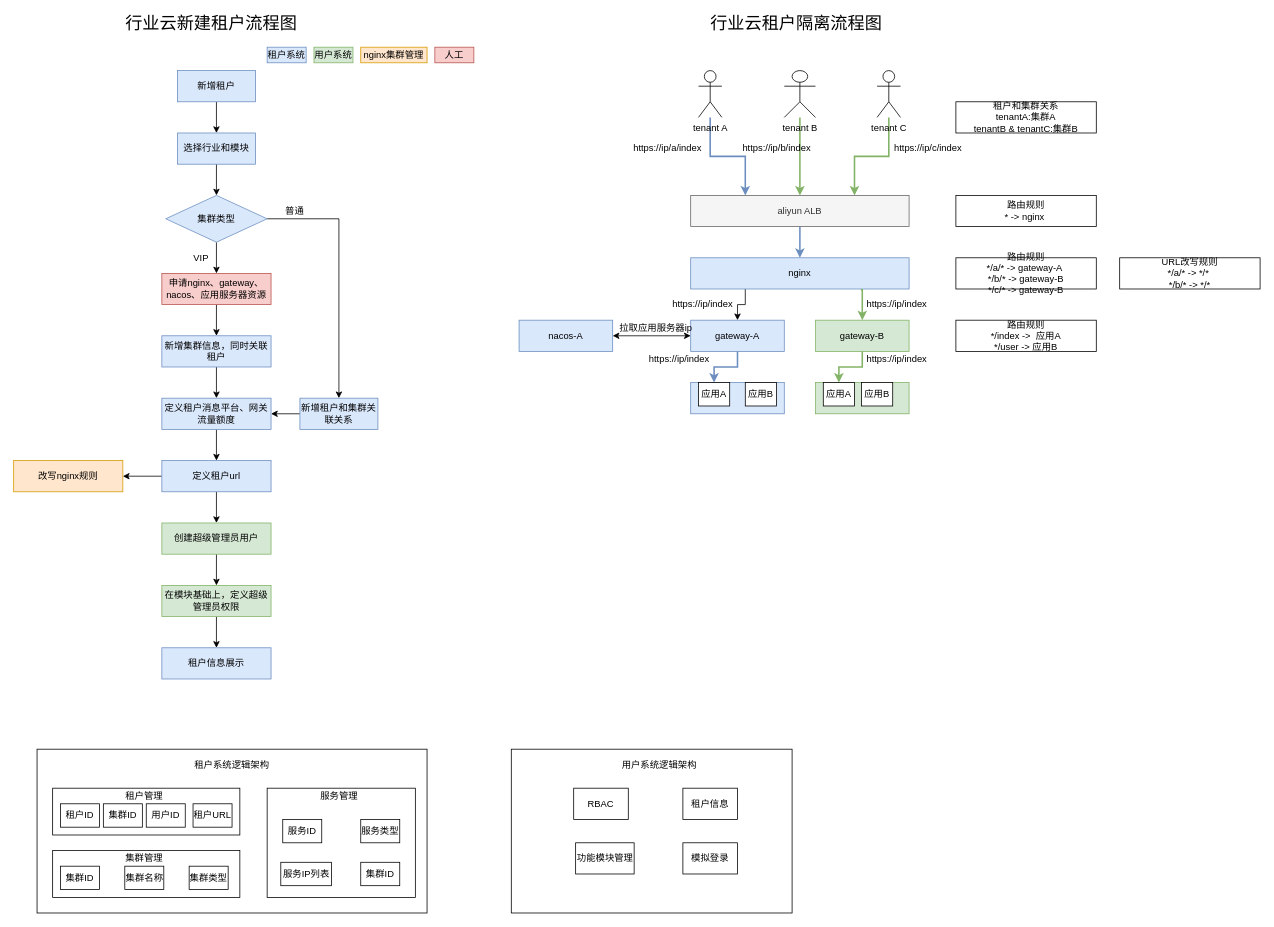
Earlier version of the draw.io diagram tenant.drawio (julingpu/coffee). Source tidied: cells renumbered, new cells numbered last; positions are measured from the earlier drawing's top-left corner, leaving out a move shared by most shapes. Both pictures are drawn from the tidied source at 78%, with x=0, y=0 at pixel (13, 16).
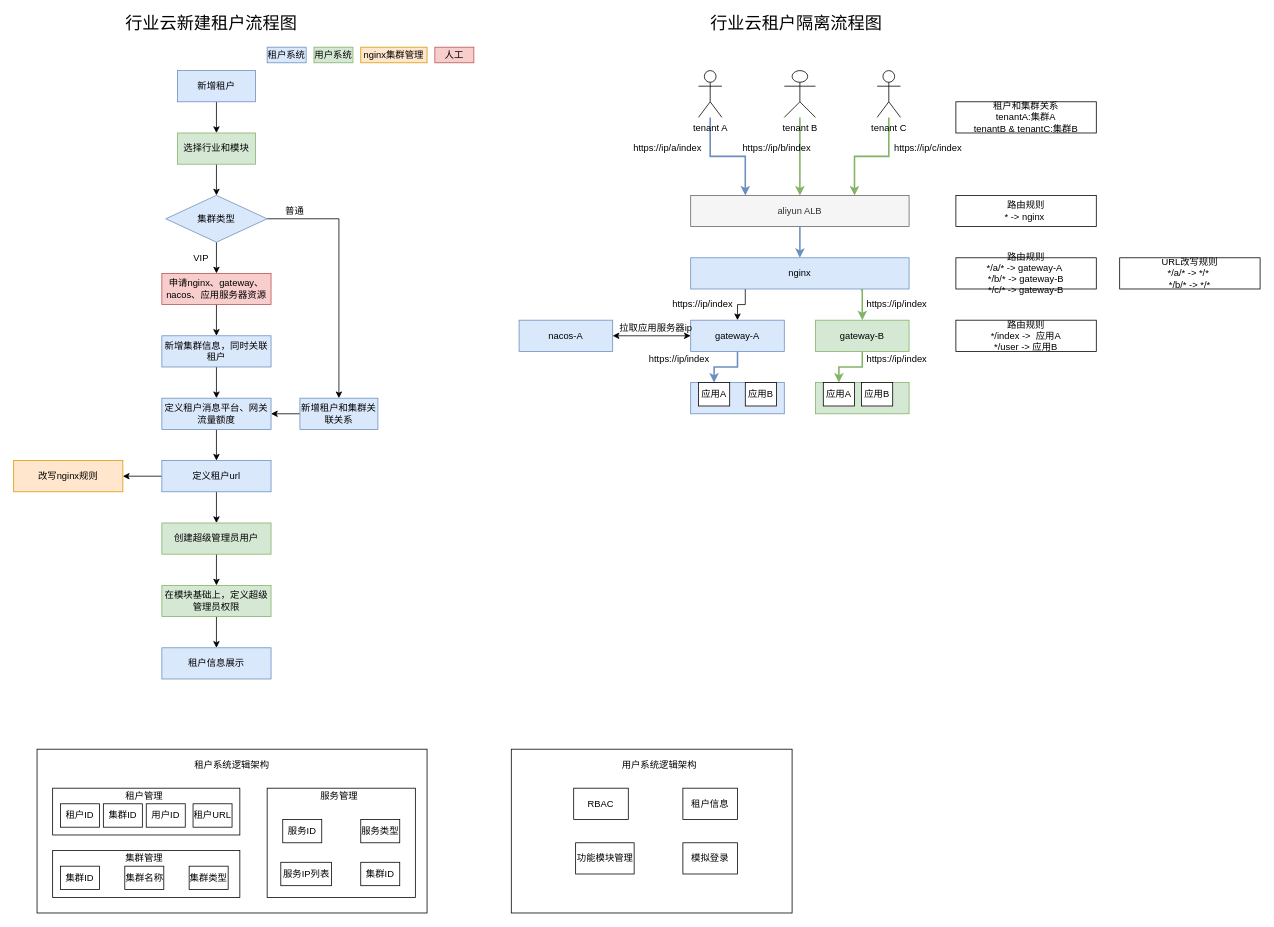
The same diagram, later.

What changed in the source:
```diff
@@
-    <mxCell id="39" value="选择行业和模块" style="rounded=0;whiteSpace=wrap;html=1;fillColor=#dae8fc;strokeColor=#6c8ebf;" parent="1" vertex="1">
+    <mxCell id="39" value="选择行业和模块" style="rounded=0;whiteSpace=wrap;html=1;fillColor=#d5e8d4;strokeColor=#82b366;" parent="1" vertex="1">
       <mxGeometry x="210" y="150" width="100" height="40" as="geometry" />
     </mxCell>
```
